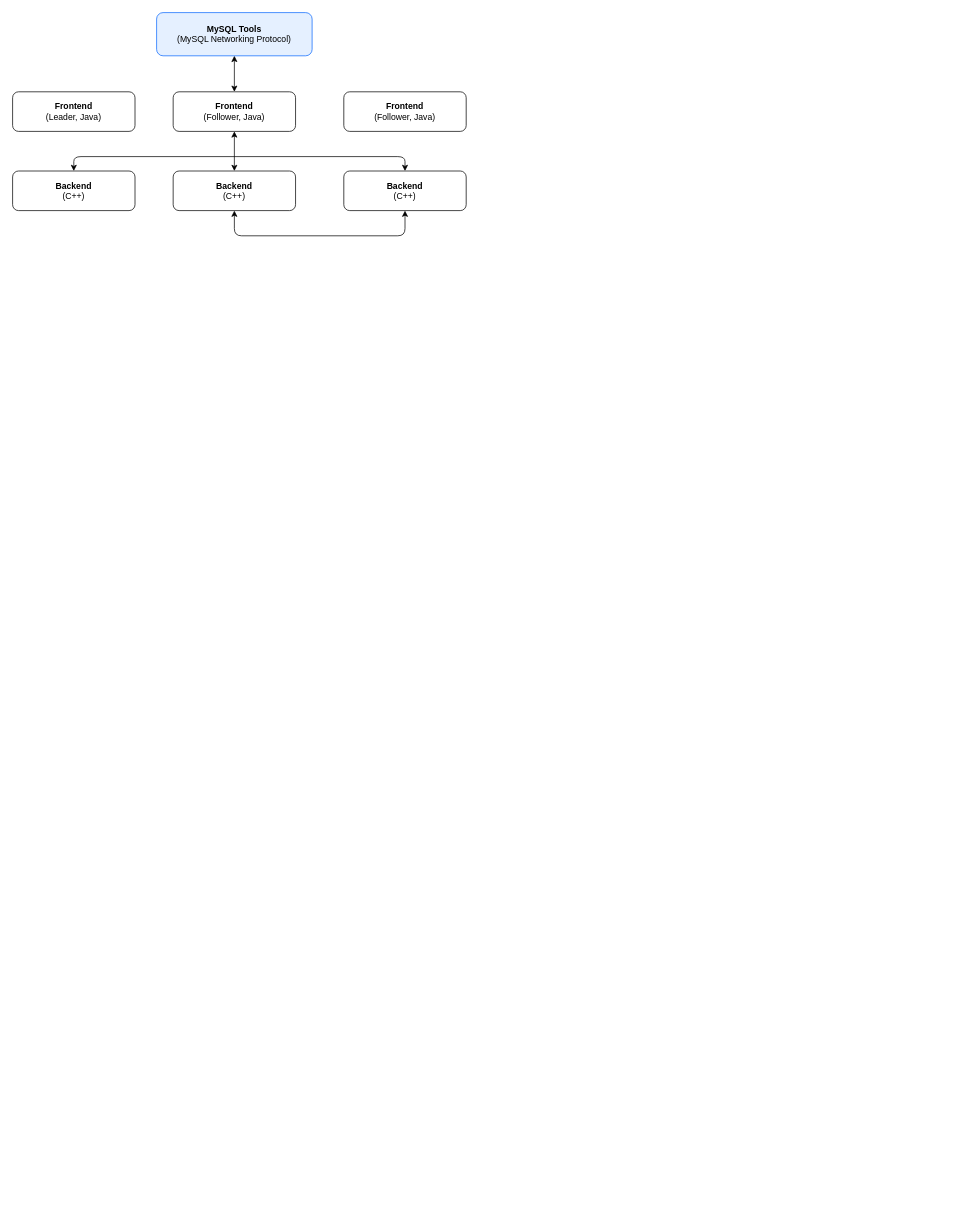
This is 2024年终配图.drawio from casesdev/draw.io, a draw.io file, before an edit. Source tidied: cells renumbered, new cells numbered last; positions are measured from the earlier drawing's top-left corner, leaving out a move shared by most shapes. Both pictures are drawn from the tidied source at 72%, with x=0, y=0 at pixel (12, 12).
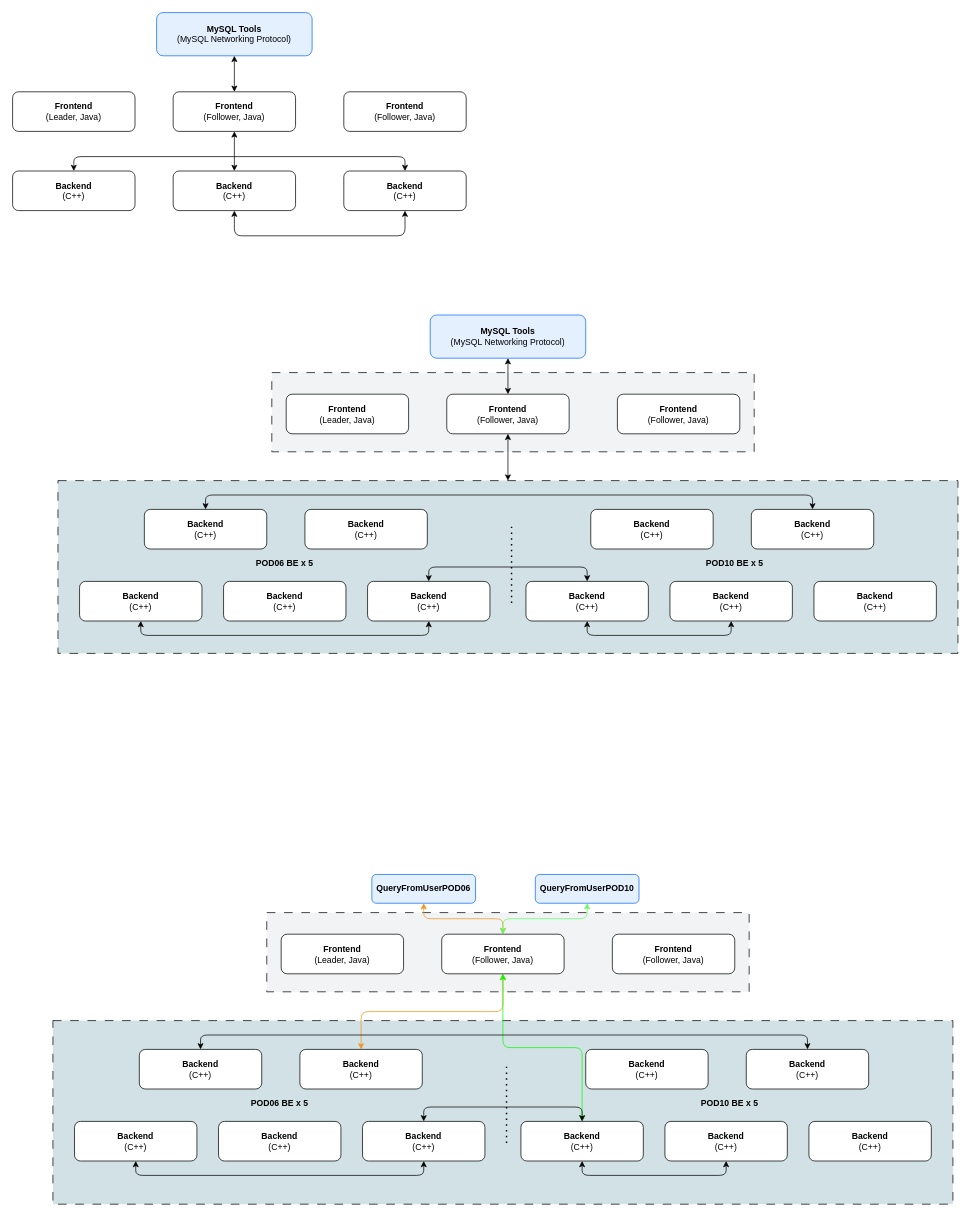
The same diagram, later.

Commit message:
更新2024年终配图.drawio

The edit, as a diff of the source:
```diff
@@
+    <mxCell id="13" style="rounded=0;whiteSpace=wrap;html=1;dashed=1;dashPattern=12 12;fillColor=light-dark(#f1f3f4, #ededed);" parent="1" vertex="1">
+      <mxGeometry x="360" y="500" width="670" height="110" as="geometry" />
+    </mxCell>
+    <mxCell id="14" style="rounded=0;whiteSpace=wrap;html=1;dashed=1;dashPattern=12 12;fillColor=light-dark(#d1e1e6, #ededed);" parent="1" vertex="1">
+      <mxGeometry x="63" y="650" width="1250" height="240" as="geometry" />
+    </mxCell>
@@
+    <mxCell id="15" style="edgeStyle=orthogonalEdgeStyle;rounded=0;jettySize=auto;html=1;startArrow=classic;startFill=1;flowAnimation=0;" parent="1" edge="1" source="16" target="19">
+      <mxGeometry relative="1" as="geometry" />
+    </mxCell>
+    <mxCell id="16" value="&lt;b&gt;MySQL Tools&lt;/b&gt;&lt;div&gt;(MySQL Networking Protocol)&lt;/div&gt;" style="rounded=1;whiteSpace=wrap;html=1;strokeWidth=1;fillColor=light-dark(#e5f0ff, #ededed);strokeColor=light-dark(#0b67fd, #ededed);" parent="1" vertex="1">
+      <mxGeometry x="580" y="420" width="216" height="60" as="geometry" />
+    </mxCell>
+    <mxCell id="17" value="&lt;b&gt;Frontend&lt;/b&gt;&lt;div&gt;(Leader, Java)&lt;/div&gt;" style="rounded=1;whiteSpace=wrap;html=1;" parent="1" vertex="1">
+      <mxGeometry x="380" y="530" width="170" height="55" as="geometry" />
+    </mxCell>
+    <mxCell id="18" style="edgeStyle=orthogonalEdgeStyle;rounded=0;jettySize=auto;html=1;exitX=0.5;exitY=1;exitDx=0;exitDy=0;startArrow=classic;startFill=1;" parent="1" edge="1" source="19" target="14">
+      <mxGeometry relative="1" as="geometry" />
+    </mxCell>
+    <mxCell id="19" value="&lt;b&gt;Frontend&lt;/b&gt;&lt;div&gt;(Follower, Java)&lt;/div&gt;" style="rounded=1;whiteSpace=wrap;html=1;" parent="1" vertex="1">
+      <mxGeometry x="603" y="530" width="170" height="55" as="geometry" />
+    </mxCell>
+    <mxCell id="20" value="&lt;b&gt;Frontend&lt;/b&gt;&lt;div&gt;(Follower, Java)&lt;/div&gt;" style="rounded=1;whiteSpace=wrap;html=1;" parent="1" vertex="1">
+      <mxGeometry x="840" y="530" width="170" height="55" as="geometry" />
+    </mxCell>
+    <mxCell id="21" style="edgeStyle=orthogonalEdgeStyle;rounded=1;jettySize=auto;html=1;exitX=0.5;exitY=0;exitDx=0;exitDy=0;entryX=0.5;entryY=0;entryDx=0;entryDy=0;startArrow=classic;startFill=1;curved=0;" parent="1" edge="1" source="22" target="31">
+      <mxGeometry relative="1" as="geometry" />
+    </mxCell>
+    <mxCell id="22" value="&lt;b&gt;Backend&lt;/b&gt;&lt;br&gt;(C++)" style="rounded=1;whiteSpace=wrap;html=1;" parent="1" vertex="1">
+      <mxGeometry x="183" y="690" width="170" height="55" as="geometry" />
+    </mxCell>
+    <mxCell id="23" style="edgeStyle=orthogonalEdgeStyle;rounded=1;jettySize=auto;html=1;exitX=0.5;exitY=1;exitDx=0;exitDy=0;entryX=0.5;entryY=1;entryDx=0;entryDy=0;startArrow=classic;startFill=1;curved=0;" parent="1" edge="1" source="24" target="28">
+      <mxGeometry relative="1" as="geometry" />
+    </mxCell>
+    <mxCell id="24" value="&lt;b&gt;Backend&lt;/b&gt;&lt;br&gt;(C++)" style="rounded=1;whiteSpace=wrap;html=1;" parent="1" vertex="1">
+      <mxGeometry x="93" y="790" width="170" height="55" as="geometry" />
+    </mxCell>
+    <mxCell id="25" value="&lt;b&gt;Backend&lt;/b&gt;&lt;br&gt;(C++)" style="rounded=1;whiteSpace=wrap;html=1;" parent="1" vertex="1">
+      <mxGeometry x="406" y="690" width="170" height="55" as="geometry" />
+    </mxCell>
+    <mxCell id="26" value="&lt;b&gt;Backend&lt;/b&gt;&lt;br&gt;(C++)" style="rounded=1;whiteSpace=wrap;html=1;" parent="1" vertex="1">
+      <mxGeometry x="293" y="790" width="170" height="55" as="geometry" />
+    </mxCell>
+    <mxCell id="27" style="edgeStyle=orthogonalEdgeStyle;rounded=1;jettySize=auto;html=1;exitX=0.5;exitY=0;exitDx=0;exitDy=0;entryX=0.5;entryY=0;entryDx=0;entryDy=0;curved=0;startArrow=classic;startFill=1;" parent="1" edge="1" source="28" target="30">
+      <mxGeometry relative="1" as="geometry" />
+    </mxCell>
+    <mxCell id="28" value="&lt;b&gt;Backend&lt;/b&gt;&lt;br&gt;(C++)" style="rounded=1;whiteSpace=wrap;html=1;" parent="1" vertex="1">
+      <mxGeometry x="493" y="790" width="170" height="55" as="geometry" />
+    </mxCell>
+    <mxCell id="29" value="&lt;b&gt;Backend&lt;/b&gt;&lt;br&gt;(C++)" style="rounded=1;whiteSpace=wrap;html=1;" parent="1" vertex="1">
+      <mxGeometry x="803" y="690" width="170" height="55" as="geometry" />
+    </mxCell>
+    <mxCell id="30" value="&lt;b&gt;Backend&lt;/b&gt;&lt;br&gt;(C++)" style="rounded=1;whiteSpace=wrap;html=1;" parent="1" vertex="1">
+      <mxGeometry x="713" y="790" width="170" height="55" as="geometry" />
+    </mxCell>
+    <mxCell id="31" value="&lt;b&gt;Backend&lt;/b&gt;&lt;br&gt;(C++)" style="rounded=1;whiteSpace=wrap;html=1;" parent="1" vertex="1">
+      <mxGeometry x="1026" y="690" width="170" height="55" as="geometry" />
+    </mxCell>
+    <mxCell id="32" style="edgeStyle=orthogonalEdgeStyle;rounded=1;jettySize=auto;html=1;exitX=0.5;exitY=1;exitDx=0;exitDy=0;entryX=0.5;entryY=1;entryDx=0;entryDy=0;curved=0;startArrow=classic;startFill=1;" parent="1" edge="1" source="33" target="30">
+      <mxGeometry relative="1" as="geometry" />
+    </mxCell>
+    <mxCell id="33" value="&lt;b&gt;Backend&lt;/b&gt;&lt;br&gt;(C++)" style="rounded=1;whiteSpace=wrap;html=1;" parent="1" vertex="1">
+      <mxGeometry x="913" y="790" width="170" height="55" as="geometry" />
+    </mxCell>
+    <mxCell id="34" value="&lt;b&gt;Backend&lt;/b&gt;&lt;br&gt;(C++)" style="rounded=1;whiteSpace=wrap;html=1;" parent="1" vertex="1">
+      <mxGeometry x="1113" y="790" width="170" height="55" as="geometry" />
+    </mxCell>
+    <mxCell id="35" style="endArrow=none;dashed=1;html=1;dashPattern=1 3;strokeWidth=2;rounded=0;" parent="1" edge="1">
+      <mxGeometry relative="1" as="geometry">
+        <mxPoint x="693" y="820" as="sourcePoint" />
+        <mxPoint x="693" y="710" as="targetPoint" />
+      </mxGeometry>
+    </mxCell>
+    <mxCell id="36" value="&lt;b&gt;POD06 BE x 5&lt;/b&gt;" style="text;html=1;align=center;verticalAlign=middle;whiteSpace=wrap;rounded=0;" parent="1" vertex="1">
+      <mxGeometry x="328" y="750" width="100" height="30" as="geometry" />
+    </mxCell>
+    <mxCell id="37" value="&lt;b&gt;POD10 BE x 5&lt;/b&gt;" style="text;html=1;align=center;verticalAlign=middle;whiteSpace=wrap;rounded=0;" parent="1" vertex="1">
+      <mxGeometry x="953" y="750" width="100" height="30" as="geometry" />
+    </mxCell>
+    <mxCell id="38" style="rounded=0;whiteSpace=wrap;html=1;dashed=1;dashPattern=12 12;fillColor=light-dark(#f1f3f4, #ededed);" parent="1" vertex="1">
+      <mxGeometry x="353" y="1250" width="670" height="110" as="geometry" />
+    </mxCell>
+    <mxCell id="39" style="rounded=0;whiteSpace=wrap;html=1;dashed=1;dashPattern=12 12;fillColor=light-dark(#d1e1e6, #ededed);" parent="1" vertex="1">
+      <mxGeometry x="56" y="1400" width="1250" height="255" as="geometry" />
+    </mxCell>
+    <mxCell id="40" style="edgeStyle=orthogonalEdgeStyle;rounded=1;jettySize=auto;html=1;startArrow=classic;startFill=1;flowAnimation=0;curved=0;exitX=0.5;exitY=1;exitDx=0;exitDy=0;strokeColor=light-dark(#f2931d, #ededed);" parent="1" edge="1" source="41" target="45">
+      <mxGeometry relative="1" as="geometry" />
+    </mxCell>
+    <mxCell id="41" value="&lt;b&gt;QueryFromUserPOD06&lt;/b&gt;" style="rounded=1;whiteSpace=wrap;html=1;strokeWidth=1;fillColor=light-dark(#e5f0ff, #ededed);strokeColor=light-dark(#0b67fd, #ededed);" parent="1" vertex="1">
+      <mxGeometry x="499" y="1197" width="144" height="40" as="geometry" />
+    </mxCell>
+    <mxCell id="42" value="&lt;b&gt;Frontend&lt;/b&gt;&lt;div&gt;(Leader, Java)&lt;/div&gt;" style="rounded=1;whiteSpace=wrap;html=1;" parent="1" vertex="1">
+      <mxGeometry x="373" y="1280" width="170" height="55" as="geometry" />
+    </mxCell>
+    <mxCell id="43" style="edgeStyle=orthogonalEdgeStyle;rounded=1;jettySize=auto;html=1;exitX=0.5;exitY=1;exitDx=0;exitDy=0;startArrow=classic;startFill=1;curved=0;strokeColor=light-dark(#f2931d, #ededed);" parent="1" edge="1" source="45" target="51">
+      <mxGeometry relative="1" as="geometry" />
+    </mxCell>
+    <mxCell id="44" style="edgeStyle=orthogonalEdgeStyle;rounded=1;jettySize=auto;html=1;exitX=0.5;exitY=1;exitDx=0;exitDy=0;entryX=0.5;entryY=0;entryDx=0;entryDy=0;curved=0;strokeColor=light-dark(#00FF00,#EDEDED);startArrow=classic;startFill=1;" parent="1" edge="1" source="45" target="56">
+      <mxGeometry relative="1" as="geometry" />
+    </mxCell>
+    <mxCell id="45" value="&lt;b&gt;Frontend&lt;/b&gt;&lt;div&gt;(Follower, Java)&lt;/div&gt;" style="rounded=1;whiteSpace=wrap;html=1;" parent="1" vertex="1">
+      <mxGeometry x="596" y="1280" width="170" height="55" as="geometry" />
+    </mxCell>
+    <mxCell id="46" value="&lt;b&gt;Frontend&lt;/b&gt;&lt;div&gt;(Follower, Java)&lt;/div&gt;" style="rounded=1;whiteSpace=wrap;html=1;" parent="1" vertex="1">
+      <mxGeometry x="833" y="1280" width="170" height="55" as="geometry" />
+    </mxCell>
+    <mxCell id="47" style="edgeStyle=orthogonalEdgeStyle;rounded=1;jettySize=auto;html=1;exitX=0.5;exitY=0;exitDx=0;exitDy=0;entryX=0.5;entryY=0;entryDx=0;entryDy=0;startArrow=classic;startFill=1;curved=0;" parent="1" edge="1" source="48" target="57">
+      <mxGeometry relative="1" as="geometry" />
+    </mxCell>
+    <mxCell id="48" value="&lt;b&gt;Backend&lt;/b&gt;&lt;br&gt;(C++)" style="rounded=1;whiteSpace=wrap;html=1;" parent="1" vertex="1">
+      <mxGeometry x="176" y="1440" width="170" height="55" as="geometry" />
+    </mxCell>
+    <mxCell id="49" style="edgeStyle=orthogonalEdgeStyle;rounded=1;jettySize=auto;html=1;exitX=0.5;exitY=1;exitDx=0;exitDy=0;entryX=0.5;entryY=1;entryDx=0;entryDy=0;startArrow=classic;startFill=1;curved=0;" parent="1" edge="1" source="50" target="54">
+      <mxGeometry relative="1" as="geometry" />
+    </mxCell>
+    <mxCell id="50" value="&lt;b&gt;Backend&lt;/b&gt;&lt;br&gt;(C++)" style="rounded=1;whiteSpace=wrap;html=1;" parent="1" vertex="1">
+      <mxGeometry x="86" y="1540" width="170" height="55" as="geometry" />
+    </mxCell>
+    <mxCell id="51" value="&lt;b&gt;Backend&lt;/b&gt;&lt;br&gt;(C++)" style="rounded=1;whiteSpace=wrap;html=1;" parent="1" vertex="1">
+      <mxGeometry x="399" y="1440" width="170" height="55" as="geometry" />
+    </mxCell>
+    <mxCell id="52" value="&lt;b&gt;Backend&lt;/b&gt;&lt;br&gt;(C++)" style="rounded=1;whiteSpace=wrap;html=1;" parent="1" vertex="1">
+      <mxGeometry x="286" y="1540" width="170" height="55" as="geometry" />
+    </mxCell>
+    <mxCell id="53" style="edgeStyle=orthogonalEdgeStyle;rounded=1;jettySize=auto;html=1;exitX=0.5;exitY=0;exitDx=0;exitDy=0;entryX=0.5;entryY=0;entryDx=0;entryDy=0;curved=0;startArrow=classic;startFill=1;" parent="1" edge="1" source="54" target="56">
+      <mxGeometry relative="1" as="geometry" />
+    </mxCell>
+    <mxCell id="54" value="&lt;b&gt;Backend&lt;/b&gt;&lt;br&gt;(C++)" style="rounded=1;whiteSpace=wrap;html=1;" parent="1" vertex="1">
+      <mxGeometry x="486" y="1540" width="170" height="55" as="geometry" />
+    </mxCell>
+    <mxCell id="55" value="&lt;b&gt;Backend&lt;/b&gt;&lt;br&gt;(C++)" style="rounded=1;whiteSpace=wrap;html=1;" parent="1" vertex="1">
+      <mxGeometry x="796" y="1440" width="170" height="55" as="geometry" />
+    </mxCell>
+    <mxCell id="56" value="&lt;b&gt;Backend&lt;/b&gt;&lt;br&gt;(C++)" style="rounded=1;whiteSpace=wrap;html=1;" parent="1" vertex="1">
+      <mxGeometry x="706" y="1540" width="170" height="55" as="geometry" />
+    </mxCell>
+    <mxCell id="57" value="&lt;b&gt;Backend&lt;/b&gt;&lt;br&gt;(C++)" style="rounded=1;whiteSpace=wrap;html=1;" parent="1" vertex="1">
+      <mxGeometry x="1019" y="1440" width="170" height="55" as="geometry" />
+    </mxCell>
+    <mxCell id="58" style="edgeStyle=orthogonalEdgeStyle;rounded=1;jettySize=auto;html=1;exitX=0.5;exitY=1;exitDx=0;exitDy=0;entryX=0.5;entryY=1;entryDx=0;entryDy=0;curved=0;startArrow=classic;startFill=1;" parent="1" edge="1" source="59" target="56">
+      <mxGeometry relative="1" as="geometry" />
+    </mxCell>
+    <mxCell id="59" value="&lt;b&gt;Backend&lt;/b&gt;&lt;br&gt;(C++)" style="rounded=1;whiteSpace=wrap;html=1;" parent="1" vertex="1">
+      <mxGeometry x="906" y="1540" width="170" height="55" as="geometry" />
+    </mxCell>
+    <mxCell id="60" value="&lt;b&gt;Backend&lt;/b&gt;&lt;br&gt;(C++)" style="rounded=1;whiteSpace=wrap;html=1;" parent="1" vertex="1">
+      <mxGeometry x="1106" y="1540" width="170" height="55" as="geometry" />
+    </mxCell>
+    <mxCell id="61" style="endArrow=none;dashed=1;html=1;dashPattern=1 3;strokeWidth=2;rounded=0;" parent="1" edge="1">
+      <mxGeometry relative="1" as="geometry">
+        <mxPoint x="686" y="1570" as="sourcePoint" />
+        <mxPoint x="686" y="1460" as="targetPoint" />
+      </mxGeometry>
+    </mxCell>
+    <mxCell id="62" value="&lt;b&gt;POD06 BE x 5&lt;/b&gt;" style="text;html=1;align=center;verticalAlign=middle;whiteSpace=wrap;rounded=0;" parent="1" vertex="1">
+      <mxGeometry x="321" y="1500" width="100" height="30" as="geometry" />
+    </mxCell>
+    <mxCell id="63" value="&lt;b&gt;POD10 BE x 5&lt;/b&gt;" style="text;html=1;align=center;verticalAlign=middle;whiteSpace=wrap;rounded=0;" parent="1" vertex="1">
+      <mxGeometry x="946" y="1500" width="100" height="30" as="geometry" />
+    </mxCell>
+    <mxCell id="64" style="edgeStyle=orthogonalEdgeStyle;rounded=1;jettySize=auto;html=1;exitX=0.5;exitY=1;exitDx=0;exitDy=0;entryX=0.5;entryY=0;entryDx=0;entryDy=0;curved=0;startArrow=classic;startFill=1;strokeColor=light-dark(#65f862, #ededed);" parent="1" edge="1" source="65" target="45">
+      <mxGeometry relative="1" as="geometry" />
+    </mxCell>
+    <mxCell id="65" value="&lt;b&gt;QueryFromUserPOD10&lt;/b&gt;" style="rounded=1;whiteSpace=wrap;html=1;strokeWidth=1;fillColor=light-dark(#e5f0ff, #ededed);strokeColor=light-dark(#0b67fd, #ededed);" parent="1" vertex="1">
+      <mxGeometry x="726" y="1197" width="144" height="40" as="geometry" />
+    </mxCell>
```
